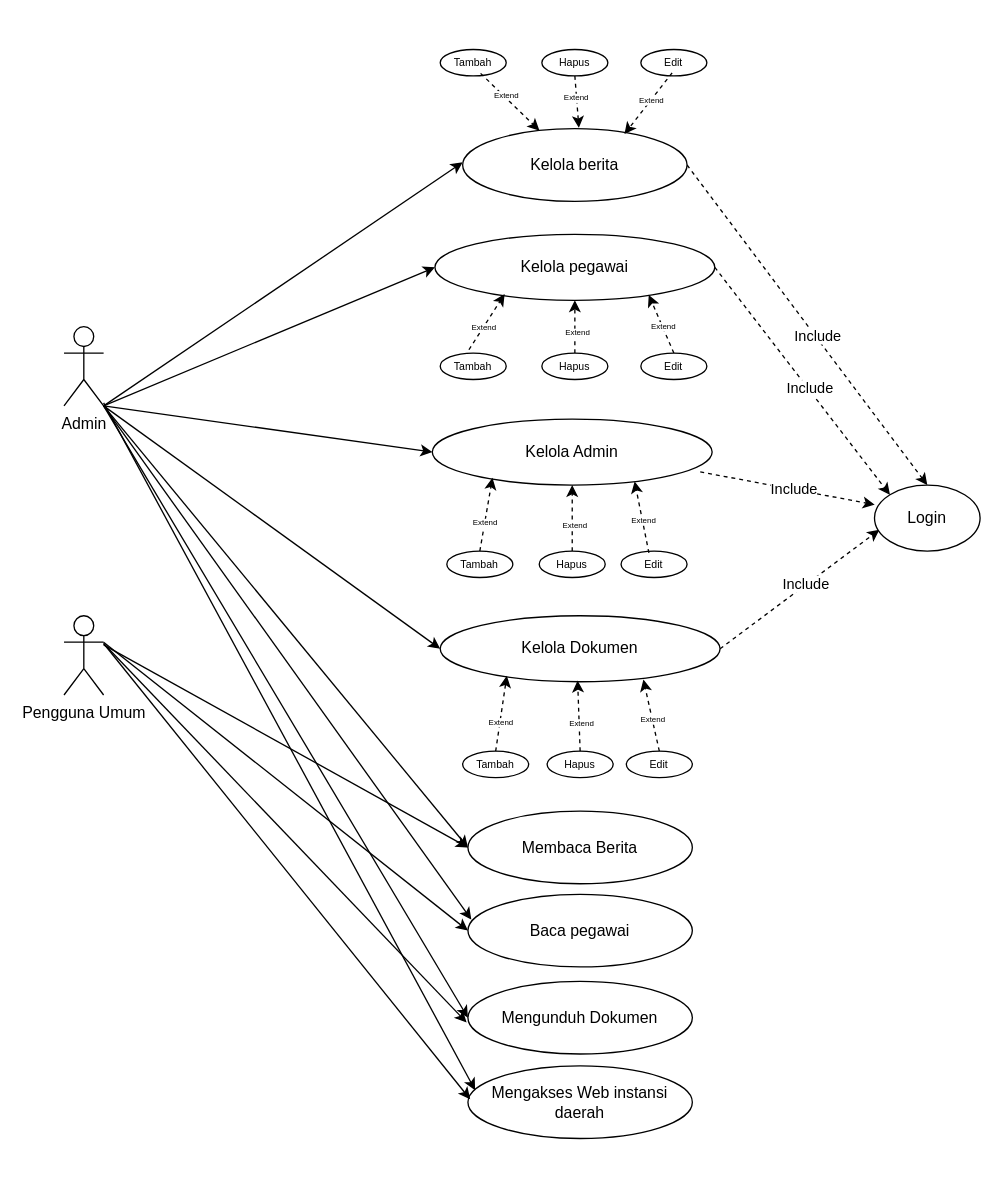
The draw.io diagram useCase.drawio in dhmsAdhty/useCase, before the edit. Source tidied: cells renumbered, new cells numbered last; positions are measured from the earlier drawing's top-left corner, leaving out a move shared by most shapes. Both pictures are drawn from the tidied source at 132%, with x=0, y=0 at pixel (63, 49).
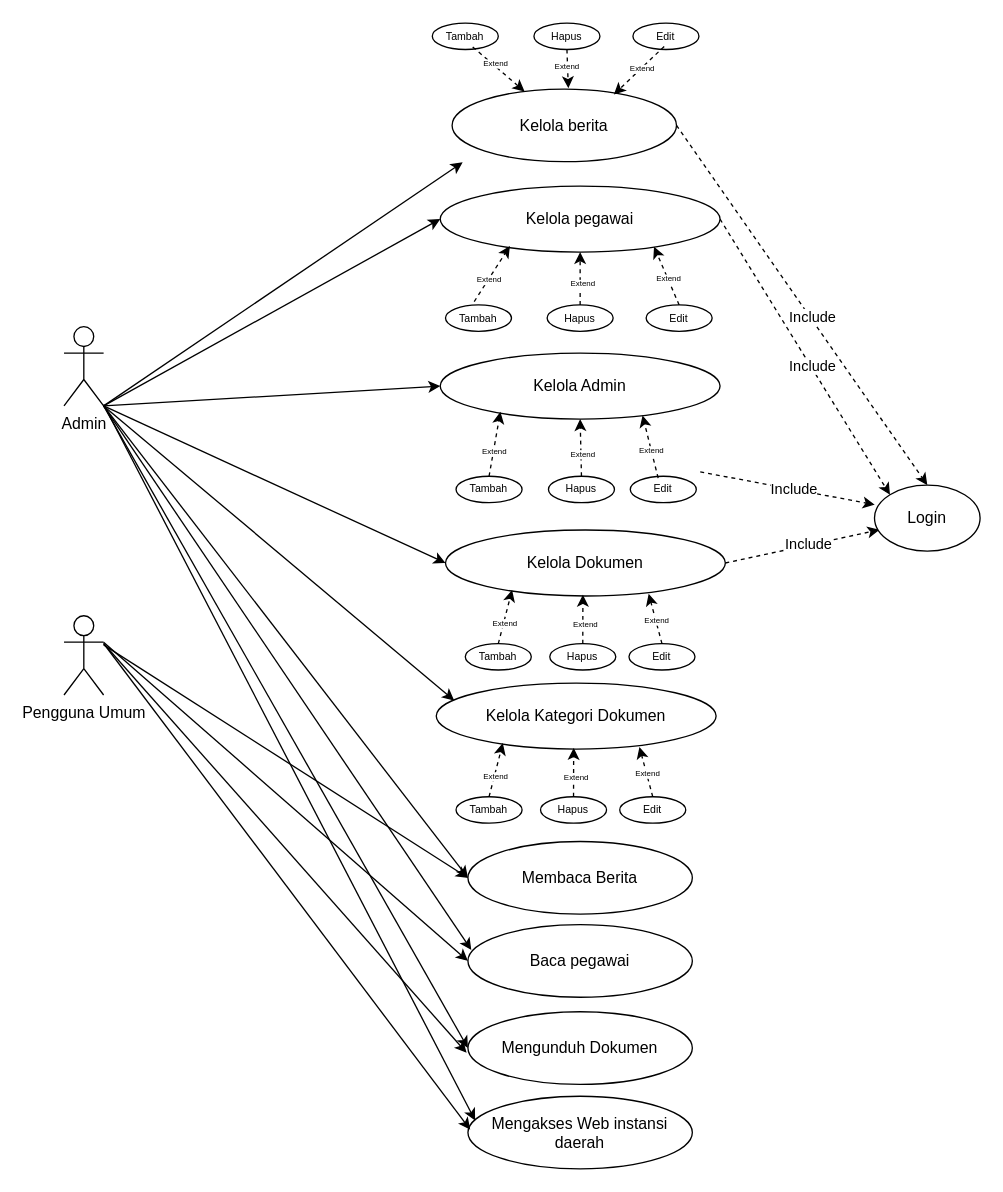
The same page after the edit.

Commit message:
Updaet Usecase

The edit, as a diff of the source:
```diff
@@
     <mxCell id="4" value="Membaca Berita" style="ellipse;whiteSpace=wrap;html=1;" parent="1" vertex="1">
-      <mxGeometry x="306" y="577" width="170" height="55" as="geometry" />
+      <mxGeometry x="306" y="600" width="170" height="55" as="geometry" />
     </mxCell>
     <mxCell id="5" value="Baca pegawai" style="ellipse;whiteSpace=wrap;html=1;" parent="1" vertex="1">
-      <mxGeometry x="306" y="640" width="170" height="55" as="geometry" />
+      <mxGeometry x="306" y="663" width="170" height="55" as="geometry" />
     </mxCell>
     <mxCell id="6" value="Mengunduh Dokumen" style="ellipse;whiteSpace=wrap;html=1;" parent="1" vertex="1">
-      <mxGeometry x="306" y="706" width="170" height="55" as="geometry" />
+      <mxGeometry x="306" y="729" width="170" height="55" as="geometry" />
     </mxCell>
     <mxCell id="7" value="Mengakses Web instansi daerah" style="ellipse;whiteSpace=wrap;html=1;" parent="1" vertex="1">
-      <mxGeometry x="306" y="770" width="170" height="55" as="geometry" />
+      <mxGeometry x="306" y="793" width="170" height="55" as="geometry" />
     </mxCell>
     <mxCell id="8" style="group;" parent="1" vertex="1">
-      <mxGeometry x="279" y="220" width="212" height="110" as="geometry" />
+      <mxGeometry x="279" y="220" width="218" height="130" as="geometry" />
     </mxCell>
     <mxCell id="9" value="&lt;div&gt;Kelola Admin&lt;/div&gt;" style="ellipse;whiteSpace=wrap;html=1;" parent="8" vertex="1">
-      <mxGeometry y="60" width="212" height="50" as="geometry" />
+      <mxGeometry x="6" y="10" width="212" height="50" as="geometry" />
     </mxCell>
+    <mxCell id="41" value="Tambah" style="ellipse;whiteSpace=wrap;html=1;fontSize=8;" parent="8" vertex="1">
+      <mxGeometry x="18" y="103.3" width="50" height="20" as="geometry" />
+    </mxCell>
+    <mxCell id="42" value="Hapus" style="ellipse;whiteSpace=wrap;html=1;fontSize=8;" parent="8" vertex="1">
+      <mxGeometry x="88" y="103.3" width="50" height="20" as="geometry" />
+    </mxCell>
+    <mxCell id="43" value="Edit" style="ellipse;whiteSpace=wrap;html=1;fontSize=8;" parent="8" vertex="1">
+      <mxGeometry x="150" y="103.3" width="50" height="20" as="geometry" />
+    </mxCell>
+    <mxCell id="53" style="endArrow=classic;html=1;rounded=0;dashed=1;entryX=0.215;entryY=0.89;entryDx=0;entryDy=0;entryPerimeter=0;exitX=0.5;exitY=0;exitDx=0;exitDy=0;" parent="8" edge="1" source="41" target="9">
+      <mxGeometry relative="1" as="geometry" />
+    </mxCell>
+    <mxCell id="54" value="Extend" style="edgeLabel;html=1;align=center;verticalAlign=middle;fontSize=6;" parent="53" vertex="1">
+      <mxGeometry x="-0.23" y="1" relative="1" as="geometry">
+        <mxPoint x="1" as="offset" />
+      </mxGeometry>
+    </mxCell>
+    <mxCell id="56" style="endArrow=classic;html=1;rounded=0;exitX=0.5;exitY=0;exitDx=0;exitDy=0;entryX=0.5;entryY=1;entryDx=0;entryDy=0;dashed=1;" parent="8" edge="1" source="42" target="9">
+      <mxGeometry relative="1" as="geometry" />
+    </mxCell>
+    <mxCell id="57" value="Extend" style="edgeLabel;html=1;align=center;verticalAlign=middle;fontSize=6;" parent="56" vertex="1">
+      <mxGeometry x="-0.21" y="-1" relative="1" as="geometry" />
+    </mxCell>
+    <mxCell id="58" style="endArrow=classic;html=1;rounded=0;entryX=0.723;entryY=0.944;entryDx=0;entryDy=0;entryPerimeter=0;dashed=1;exitX=0.422;exitY=0.068;exitDx=0;exitDy=0;exitPerimeter=0;" parent="8" edge="1" source="43" target="9">
+      <mxGeometry relative="1" as="geometry" />
+    </mxCell>
+    <mxCell id="59" value="Extend" style="edgeLabel;html=1;align=center;verticalAlign=middle;fontSize=6;" parent="58" vertex="1">
+      <mxGeometry x="-0.09" relative="1" as="geometry" />
+    </mxCell>
@@
     <mxCell id="30" value="Kelola berita" style="ellipse;whiteSpace=wrap;html=1;" parent="1" vertex="1">
-      <mxGeometry x="302" y="60" width="170" height="55" as="geometry" />
+      <mxGeometry x="294" y="30" width="170" height="55" as="geometry" />
     </mxCell>
     <mxCell id="31" value="Tambah" style="ellipse;whiteSpace=wrap;html=1;fontSize=8;" parent="1" vertex="1">
-      <mxGeometry x="285" width="50" height="20" as="geometry" />
+      <mxGeometry x="279" y="-20" width="50" height="20" as="geometry" />
     </mxCell>
     <mxCell id="32" value="Hapus" style="ellipse;whiteSpace=wrap;html=1;fontSize=8;" parent="1" vertex="1">
-      <mxGeometry x="362" width="50" height="20" as="geometry" />
+      <mxGeometry x="356" y="-20" width="50" height="20" as="geometry" />
     </mxCell>
     <mxCell id="33" value="Edit" style="ellipse;whiteSpace=wrap;html=1;fontSize=8;" parent="1" vertex="1">
-      <mxGeometry x="437" width="50" height="20" as="geometry" />
+      <mxGeometry x="431" y="-20" width="50" height="20" as="geometry" />
     </mxCell>
@@
     <mxCell id="40" value="Kelola pegawai" style="ellipse;whiteSpace=wrap;html=1;" parent="1" vertex="1">
-      <mxGeometry x="281" y="140" width="212" height="50" as="geometry" />
+      <mxGeometry x="285" y="103.5" width="212" height="50" as="geometry" />
     </mxCell>
-    <mxCell id="41" value="Tambah" style="ellipse;whiteSpace=wrap;html=1;fontSize=8;" parent="1" vertex="1">
-      <mxGeometry x="290" y="380" width="50" height="20" as="geometry" />
-    </mxCell>
-    <mxCell id="42" value="Hapus" style="ellipse;whiteSpace=wrap;html=1;fontSize=8;" parent="1" vertex="1">
-      <mxGeometry x="360" y="380" width="50" height="20" as="geometry" />
-    </mxCell>
-    <mxCell id="43" value="Edit" style="ellipse;whiteSpace=wrap;html=1;fontSize=8;" parent="1" vertex="1">
-      <mxGeometry x="422" y="380" width="50" height="20" as="geometry" />
-    </mxCell>
@@
     <mxCell id="50" value="Tambah" style="ellipse;whiteSpace=wrap;html=1;fontSize=8;" parent="1" vertex="1">
-      <mxGeometry x="285" y="230" width="50" height="20" as="geometry" />
+      <mxGeometry x="289" y="193.5" width="50" height="20" as="geometry" />
     </mxCell>
     <mxCell id="51" value="Hapus" style="ellipse;whiteSpace=wrap;html=1;fontSize=8;" parent="1" vertex="1">
-      <mxGeometry x="362" y="230" width="50" height="20" as="geometry" />
+      <mxGeometry x="366" y="193.5" width="50" height="20" as="geometry" />
     </mxCell>
     <mxCell id="52" value="Edit" style="ellipse;whiteSpace=wrap;html=1;fontSize=8;" parent="1" vertex="1">
-      <mxGeometry x="437" y="230" width="50" height="20" as="geometry" />
+      <mxGeometry x="441" y="193.5" width="50" height="20" as="geometry" />
     </mxCell>
-    <mxCell id="53" style="endArrow=classic;html=1;rounded=0;dashed=1;entryX=0.215;entryY=0.89;entryDx=0;entryDy=0;entryPerimeter=0;exitX=0.5;exitY=0;exitDx=0;exitDy=0;" parent="1" edge="1" source="41" target="9">
-      <mxGeometry relative="1" as="geometry" />
-    </mxCell>
-    <mxCell id="54" value="Extend" style="edgeLabel;html=1;align=center;verticalAlign=middle;fontSize=6;" parent="53" vertex="1">
-      <mxGeometry x="-0.23" y="1" relative="1" as="geometry">
-        <mxPoint x="1" as="offset" />
-      </mxGeometry>
-    </mxCell>
@@
-    <mxCell id="56" style="endArrow=classic;html=1;rounded=0;exitX=0.5;exitY=0;exitDx=0;exitDy=0;entryX=0.5;entryY=1;entryDx=0;entryDy=0;dashed=1;" parent="1" edge="1" source="42" target="9">
-      <mxGeometry relative="1" as="geometry" />
-    </mxCell>
-    <mxCell id="57" value="Extend" style="edgeLabel;html=1;align=center;verticalAlign=middle;fontSize=6;" parent="56" vertex="1">
-      <mxGeometry x="-0.21" y="-1" relative="1" as="geometry" />
-    </mxCell>
-    <mxCell id="58" style="endArrow=classic;html=1;rounded=0;entryX=0.723;entryY=0.944;entryDx=0;entryDy=0;entryPerimeter=0;dashed=1;exitX=0.422;exitY=0.068;exitDx=0;exitDy=0;exitPerimeter=0;" parent="1" edge="1" source="43" target="9">
-      <mxGeometry relative="1" as="geometry" />
-    </mxCell>
-    <mxCell id="59" value="Extend" style="edgeLabel;html=1;align=center;verticalAlign=middle;fontSize=6;" parent="58" vertex="1">
-      <mxGeometry x="-0.09" relative="1" as="geometry" />
-    </mxCell>
     <mxCell id="60" value="Kelola Dokumen" style="ellipse;whiteSpace=wrap;html=1;" parent="1" vertex="1">
-      <mxGeometry x="285" y="429" width="212" height="50" as="geometry" />
+      <mxGeometry x="289" y="364" width="212" height="50" as="geometry" />
     </mxCell>
     <mxCell id="61" value="Tambah" style="ellipse;whiteSpace=wrap;html=1;fontSize=8;" parent="1" vertex="1">
-      <mxGeometry x="302" y="531.6" width="50" height="20" as="geometry" />
+      <mxGeometry x="304" y="450.1" width="50" height="20" as="geometry" />
     </mxCell>
     <mxCell id="62" value="Hapus" style="ellipse;whiteSpace=wrap;html=1;fontSize=8;" parent="1" vertex="1">
-      <mxGeometry x="366" y="531.6" width="50" height="20" as="geometry" />
+      <mxGeometry x="368" y="450.1" width="50" height="20" as="geometry" />
     </mxCell>
     <mxCell id="63" value="Edit" style="ellipse;whiteSpace=wrap;html=1;fontSize=8;" parent="1" vertex="1">
-      <mxGeometry x="426" y="531.6" width="50" height="20" as="geometry" />
+      <mxGeometry x="428" y="450.1" width="50" height="20" as="geometry" />
     </mxCell>
@@
+    <mxCell id="70" value="Kelola Kategori Dokumen" style="ellipse;whiteSpace=wrap;html=1;" parent="1" vertex="1">
+      <mxGeometry x="282" y="480" width="212" height="50" as="geometry" />
+    </mxCell>
+    <mxCell id="71" value="Tambah" style="ellipse;whiteSpace=wrap;html=1;fontSize=8;" parent="1" vertex="1">
+      <mxGeometry x="297" y="566.1" width="50" height="20" as="geometry" />
+    </mxCell>
+    <mxCell id="72" value="Hapus" style="ellipse;whiteSpace=wrap;html=1;fontSize=8;" parent="1" vertex="1">
+      <mxGeometry x="361" y="566.1" width="50" height="20" as="geometry" />
+    </mxCell>
+    <mxCell id="73" value="Edit" style="ellipse;whiteSpace=wrap;html=1;fontSize=8;" parent="1" vertex="1">
+      <mxGeometry x="421" y="566.1" width="50" height="20" as="geometry" />
+    </mxCell>
+    <mxCell id="74" style="endArrow=classic;html=1;rounded=0;exitX=0.5;exitY=0;exitDx=0;exitDy=0;dashed=1;entryX=0.238;entryY=0.909;entryDx=0;entryDy=0;entryPerimeter=0;" parent="1" edge="1" source="71" target="70">
+      <mxGeometry relative="1" as="geometry" />
+    </mxCell>
+    <mxCell id="75" value="Extend" style="edgeLabel;html=1;align=center;verticalAlign=middle;fontSize=6;" parent="74" vertex="1">
+      <mxGeometry x="-0.23" y="1" relative="1" as="geometry">
+        <mxPoint x="1" as="offset" />
+      </mxGeometry>
+    </mxCell>
+    <mxCell id="76" style="endArrow=classic;html=1;rounded=0;exitX=0.5;exitY=0;exitDx=0;exitDy=0;entryX=0.491;entryY=0.982;entryDx=0;entryDy=0;entryPerimeter=0;dashed=1;" parent="1" edge="1" source="72" target="70">
+      <mxGeometry relative="1" as="geometry" />
+    </mxCell>
+    <mxCell id="77" value="Extend" style="edgeLabel;html=1;align=center;verticalAlign=middle;fontSize=6;" parent="76" vertex="1">
+      <mxGeometry x="-0.21" y="-1" relative="1" as="geometry" />
+    </mxCell>
+    <mxCell id="78" style="endArrow=classic;html=1;rounded=0;dashed=1;exitX=0.5;exitY=0;exitDx=0;exitDy=0;entryX=0.726;entryY=0.967;entryDx=0;entryDy=0;entryPerimeter=0;" parent="1" edge="1" source="73" target="70">
+      <mxGeometry relative="1" as="geometry" />
+    </mxCell>
+    <mxCell id="79" value="Extend" style="edgeLabel;html=1;align=center;verticalAlign=middle;fontSize=6;" parent="78" vertex="1">
+      <mxGeometry x="-0.09" relative="1" as="geometry" />
+    </mxCell>
+    <mxCell id="80" style="endArrow=classic;html=1;rounded=0;entryX=0.064;entryY=0.264;entryDx=0;entryDy=0;entryPerimeter=0;" parent="1" edge="1" target="70">
+      <mxGeometry relative="1" as="geometry">
+        <mxPoint x="30" y="270" as="sourcePoint" />
+      </mxGeometry>
+    </mxCell>
```
